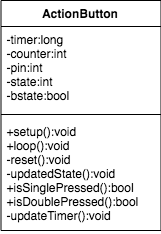
LucasCoraca/M365-Unlocked keeps this draw.io diagram as doc/classes/ActionButtonClass.png. Above is the earlier version. Source tidied: cells renumbered, new cells last; positions are measured from the earlier drawing's top-left corner, leaving out a move shared by most shapes.
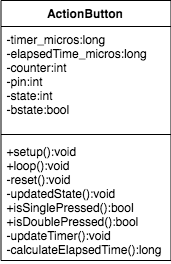
After the change.

Change to the diagram source:
```diff
@@ -3,16 +3,16 @@
     <mxCell id="0" />
     <mxCell id="1" parent="0" />
     <mxCell id="2" value="ActionButton" style="swimlane;fontStyle=1;align=center;verticalAlign=top;horizontal=1;startSize=26;" parent="1" vertex="1">
-      <mxGeometry x="0.5" width="160" height="230" as="geometry" />
+      <mxGeometry x="0.5" width="170" height="260" as="geometry" />
     </mxCell>
-    <mxCell id="3" value="-timer:long&#10;-counter:int&#10;-pin:int&#10;-state:int&#10;-bstate:bool" style="text;strokeColor=none;fillColor=none;align=left;verticalAlign=top;spacingLeft=4;spacingRight=4;overflow=hidden;" parent="2" vertex="1">
-      <mxGeometry y="26" width="160" height="84" as="geometry" />
+    <mxCell id="3" value="-timer_micros:long&#10;-elapsedTime_micros:long&#10;-counter:int&#10;-pin:int&#10;-state:int&#10;-bstate:bool" style="text;strokeColor=none;fillColor=none;align=left;verticalAlign=top;spacingLeft=4;spacingRight=4;overflow=hidden;" parent="2" vertex="1">
+      <mxGeometry y="26" width="170" height="104" as="geometry" />
     </mxCell>
     <mxCell id="4" style="line;strokeWidth=1;fillColor=none;align=left;verticalAlign=middle;spacingTop=-1;spacingLeft=3;spacingRight=3;labelPosition=right;" parent="2" vertex="1">
-      <mxGeometry y="110" width="160" height="8" as="geometry" />
+      <mxGeometry y="130" width="170" height="8" as="geometry" />
     </mxCell>
-    <mxCell id="5" value="+setup():void&#10;+loop():void&#10;-reset():void&#10;-updatedState():void&#10;+isSinglePressed():bool&#10;+isDoublePressed():bool&#10;-updateTimer():void" style="text;strokeColor=none;fillColor=none;align=left;verticalAlign=top;spacingLeft=4;spacingRight=4;overflow=hidden;" parent="2" vertex="1">
-      <mxGeometry y="118" width="160" height="112" as="geometry" />
+    <mxCell id="5" value="+setup():void&#10;+loop():void&#10;-reset():void&#10;-updatedState():void&#10;+isSinglePressed():bool&#10;+isDoublePressed():bool&#10;-updateTimer():void&#10;-calculateElapsedTime():long&#10;" style="text;strokeColor=none;fillColor=none;align=left;verticalAlign=top;spacingLeft=4;spacingRight=4;overflow=hidden;" parent="2" vertex="1">
+      <mxGeometry y="138" width="170" height="122" as="geometry" />
     </mxCell>
   </root>
 </mxGraphModel>
```
